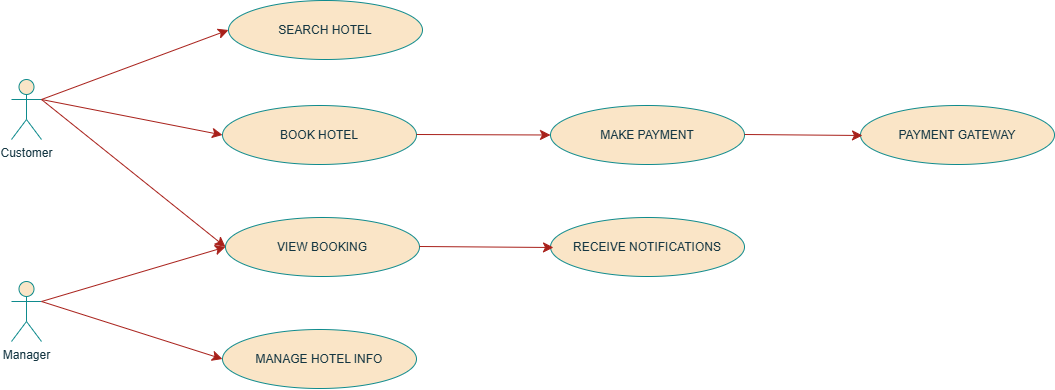
Above: alx-booking-uc.png in WorkuUrga/requirement-analysis (draw.io), before the change. Source tidied: cells renumbered, new cells last; positions are measured from the earlier drawing's top-left corner, leaving out a move shared by most shapes. Source of this version:
```xml
<mxGraphModel background="#ffffff">
  <root>
    <mxCell id="0" />
    <mxCell id="1" parent="0" />
    <mxCell id="2" value="Manager" style="shape=umlActor;verticalLabelPosition=bottom;verticalAlign=top;html=1;outlineConnect=0;labelBackgroundColor=none;fillColor=#FAE5C7;strokeColor=#0F8B8D;fontColor=#143642;" parent="1" vertex="1">
      <mxGeometry y="281" width="30" height="60" as="geometry" />
    </mxCell>
    <mxCell id="3" value="Customer" style="shape=umlActor;verticalLabelPosition=bottom;verticalAlign=top;html=1;outlineConnect=0;labelBackgroundColor=none;fillColor=#FAE5C7;strokeColor=#0F8B8D;fontColor=#143642;" parent="1" vertex="1">
      <mxGeometry y="79" width="30" height="60" as="geometry" />
    </mxCell>
    <mxCell id="4" value="RECEIVE NOTIFICATIONS" style="ellipse;whiteSpace=wrap;html=1;labelBackgroundColor=none;fillColor=#FAE5C7;strokeColor=#0F8B8D;fontColor=#143642;" parent="1" vertex="1">
      <mxGeometry x="539" y="217" width="194" height="59" as="geometry" />
    </mxCell>
    <mxCell id="5" value="BOOK HOTEL" style="ellipse;whiteSpace=wrap;html=1;labelBackgroundColor=none;fillColor=#FAE5C7;strokeColor=#0F8B8D;fontColor=#143642;" parent="1" vertex="1">
      <mxGeometry x="211" y="105" width="194" height="59" as="geometry" />
    </mxCell>
    <mxCell id="6" value="VIEW BOOKING" style="ellipse;whiteSpace=wrap;html=1;labelBackgroundColor=none;fillColor=#FAE5C7;strokeColor=#0F8B8D;fontColor=#143642;" parent="1" vertex="1">
      <mxGeometry x="214" y="217" width="194" height="59" as="geometry" />
    </mxCell>
    <mxCell id="7" value="MANAGE HOTEL INFO" style="ellipse;whiteSpace=wrap;html=1;labelBackgroundColor=none;fillColor=#FAE5C7;strokeColor=#0F8B8D;fontColor=#143642;" parent="1" vertex="1">
      <mxGeometry x="211" y="329" width="194" height="59" as="geometry" />
    </mxCell>
    <mxCell id="8" style="endArrow=classic;html=1;rounded=0;fontSize=12;startSize=8;endSize=8;curved=1;entryX=0;entryY=0.5;entryDx=0;entryDy=0;exitX=1;exitY=0.3333333333333333;exitDx=0;exitDy=0;exitPerimeter=0;labelBackgroundColor=none;strokeColor=#A8201A;fontColor=default;" parent="1" edge="1" source="3" target="14">
      <mxGeometry relative="1" as="geometry" />
    </mxCell>
    <mxCell id="9" style="endArrow=classic;html=1;rounded=0;fontSize=12;startSize=8;endSize=8;curved=1;entryX=0;entryY=0.5;entryDx=0;entryDy=0;exitX=1;exitY=0.3333333333333333;exitDx=0;exitDy=0;exitPerimeter=0;labelBackgroundColor=none;strokeColor=#A8201A;fontColor=default;" parent="1" edge="1" source="3" target="5">
      <mxGeometry relative="1" as="geometry" />
    </mxCell>
    <mxCell id="10" style="endArrow=classic;html=1;rounded=0;fontSize=12;startSize=8;endSize=8;curved=1;entryX=0;entryY=0.5;entryDx=0;entryDy=0;exitX=1;exitY=0.3333333333333333;exitDx=0;exitDy=0;exitPerimeter=0;labelBackgroundColor=none;strokeColor=#A8201A;fontColor=default;" parent="1" edge="1" source="3" target="6">
      <mxGeometry relative="1" as="geometry" />
    </mxCell>
    <mxCell id="11" style="endArrow=classic;html=1;rounded=0;fontSize=12;startSize=8;endSize=8;curved=1;entryX=0;entryY=0.5;entryDx=0;entryDy=0;exitX=1;exitY=0.3333333333333333;exitDx=0;exitDy=0;exitPerimeter=0;labelBackgroundColor=none;strokeColor=#A8201A;fontColor=default;" parent="1" edge="1" source="2" target="7">
      <mxGeometry relative="1" as="geometry" />
    </mxCell>
    <mxCell id="12" style="endArrow=classic;html=1;rounded=0;fontSize=12;startSize=8;endSize=8;curved=1;entryX=0;entryY=0.5;entryDx=0;entryDy=0;labelBackgroundColor=none;strokeColor=#A8201A;fontColor=default;" parent="1" edge="1" target="6">
      <mxGeometry relative="1" as="geometry">
        <mxPoint x="30" y="301" as="sourcePoint" />
      </mxGeometry>
    </mxCell>
    <mxCell id="13" value="MAKE PAYMENT" style="ellipse;whiteSpace=wrap;html=1;labelBackgroundColor=none;fillColor=#FAE5C7;strokeColor=#0F8B8D;fontColor=#143642;" parent="1" vertex="1">
      <mxGeometry x="539" y="105" width="194" height="59" as="geometry" />
    </mxCell>
    <mxCell id="14" value="SEARCH HOTEL" style="ellipse;whiteSpace=wrap;html=1;labelBackgroundColor=none;fillColor=#FAE5C7;strokeColor=#0F8B8D;fontColor=#143642;" parent="1" vertex="1">
      <mxGeometry x="217" width="194" height="59" as="geometry" />
    </mxCell>
    <mxCell id="15" value="PAYMENT GATEWAY" style="ellipse;whiteSpace=wrap;html=1;labelBackgroundColor=none;fillColor=#FAE5C7;strokeColor=#0F8B8D;fontColor=#143642;" parent="1" vertex="1">
      <mxGeometry x="849" y="105" width="194" height="59" as="geometry" />
    </mxCell>
    <mxCell id="16" style="endArrow=classic;html=1;rounded=0;fontSize=12;startSize=8;endSize=8;curved=1;entryX=0;entryY=0.5;entryDx=0;entryDy=0;labelBackgroundColor=none;strokeColor=#A8201A;fontColor=default;" parent="1" edge="1" target="13">
      <mxGeometry relative="1" as="geometry">
        <mxPoint x="405" y="134" as="sourcePoint" />
      </mxGeometry>
    </mxCell>
    <mxCell id="17" style="endArrow=classic;html=1;rounded=0;fontSize=12;startSize=8;endSize=8;curved=1;entryX=0;entryY=0.5;entryDx=0;entryDy=0;labelBackgroundColor=none;strokeColor=#A8201A;fontColor=default;" parent="1" edge="1">
      <mxGeometry relative="1" as="geometry">
        <mxPoint x="408" y="246" as="sourcePoint" />
        <mxPoint x="542" y="247" as="targetPoint" />
      </mxGeometry>
    </mxCell>
    <mxCell id="18" style="endArrow=classic;html=1;rounded=0;fontSize=12;startSize=8;endSize=8;curved=1;labelBackgroundColor=none;strokeColor=#A8201A;fontColor=default;" parent="1" edge="1">
      <mxGeometry relative="1" as="geometry">
        <mxPoint x="733" y="134" as="sourcePoint" />
        <mxPoint x="851" y="135" as="targetPoint" />
      </mxGeometry>
    </mxCell>
  </root>
</mxGraphModel>
```
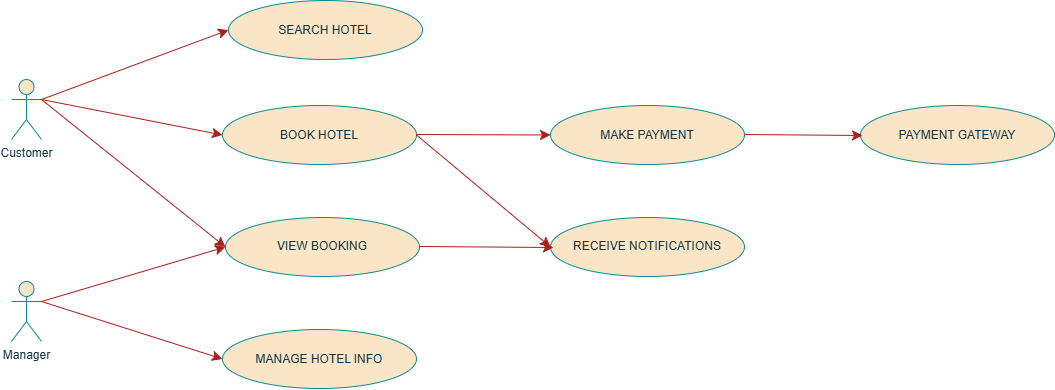
After the change.

The edit, as a diff of the source:
```diff
@@ -63,5 +63,8 @@
         <mxPoint x="851" y="135" as="targetPoint" />
       </mxGeometry>
     </mxCell>
+    <mxCell id="19" style="endArrow=classic;html=1;rounded=0;fontSize=12;startSize=8;endSize=8;curved=1;entryX=0;entryY=0.5;entryDx=0;entryDy=0;labelBackgroundColor=none;strokeColor=#A8201A;fontColor=default;exitX=1;exitY=0.5;exitDx=0;exitDy=0;" parent="1" edge="1" source="5" target="4">
+      <mxGeometry relative="1" as="geometry" />
+    </mxCell>
   </root>
 </mxGraphModel>
```
